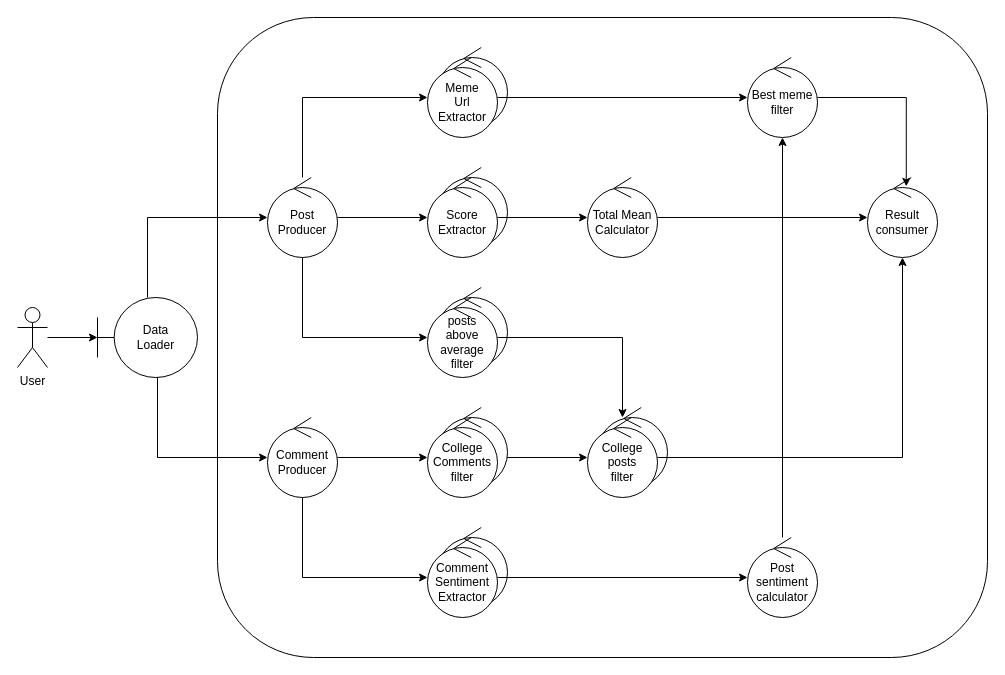
Above: page "Robustez-mean" (3 of 9) of informe/reddit-meme-analyzer.drawio in mlafroce/reddit-meme-analyzer (draw.io), before the change. Source tidied: cells renumbered, new cells numbered last; positions are measured from the earlier drawing's top-left corner, leaving out a move shared by most shapes. Both pictures are drawn from the tidied source at 100%, with x=0, y=0 at pixel (17, 17).
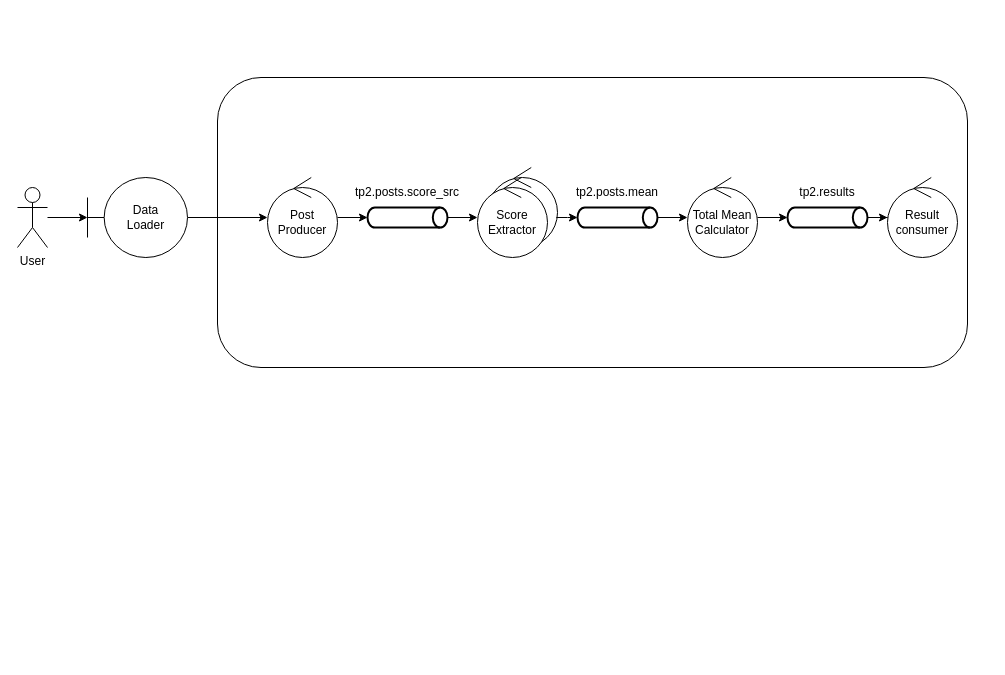
Above is the later version.

Unchanged cells that the change refers to:
```xml
<mxCell id="12" value="&lt;div&gt;Post&lt;/div&gt;&lt;div&gt;Producer&lt;br&gt;&lt;/div&gt;" style="ellipse;shape=umlControl;whiteSpace=wrap;html=1;" parent="1" vertex="1">
  <mxGeometry x="250" y="160" width="70" height="80" as="geometry" />
</mxCell>
```

What changed in the source:
```diff
@@
     <mxCell id="2" style="rounded=1;whiteSpace=wrap;html=1;" parent="1" vertex="1">
-      <mxGeometry x="200" width="770" height="640" as="geometry" />
+      <mxGeometry x="200" y="60" width="750" height="290" as="geometry" />
     </mxCell>
-    <mxCell id="3" style="ellipse;shape=umlControl;whiteSpace=wrap;html=1;" parent="1" vertex="1">
-      <mxGeometry x="420" y="510" width="70" height="80" as="geometry" />
-    </mxCell>
-    <mxCell id="4" style="edgeStyle=orthogonalEdgeStyle;rounded=0;jettySize=auto;html=1;" parent="1" edge="1" source="18" target="34">
-      <mxGeometry relative="1" as="geometry" />
-    </mxCell>
-    <mxCell id="5" style="ellipse;shape=umlControl;whiteSpace=wrap;html=1;" parent="1" vertex="1">
-      <mxGeometry x="420" y="390" width="70" height="80" as="geometry" />
-    </mxCell>
@@
-    <mxCell id="7" style="edgeStyle=orthogonalEdgeStyle;rounded=0;jettySize=auto;html=1;" parent="1" edge="1" source="8" target="17">
-      <mxGeometry relative="1" as="geometry">
-        <Array as="points">
-          <mxPoint x="140" y="440" />
-        </Array>
-      </mxGeometry>
-    </mxCell>
     <mxCell id="8" value="&lt;div&gt;Data&lt;/div&gt;&lt;div&gt;Loader&lt;/div&gt;" style="shape=umlBoundary;whiteSpace=wrap;html=1;" parent="1" vertex="1">
-      <mxGeometry x="80" y="280" width="100" height="80" as="geometry" />
+      <mxGeometry x="70" y="160" width="100" height="80" as="geometry" />
     </mxCell>
-    <mxCell id="9" style="edgeStyle=orthogonalEdgeStyle;rounded=0;jettySize=auto;html=1;" parent="1" edge="1" source="12" target="26">
-      <mxGeometry relative="1" as="geometry">
-        <Array as="points">
-          <mxPoint x="285" y="80" />
-        </Array>
-      </mxGeometry>
-    </mxCell>
-    <mxCell id="10" style="edgeStyle=orthogonalEdgeStyle;rounded=0;jettySize=auto;html=1;" parent="1" edge="1" source="12" target="21">
+    <mxCell id="10" style="edgeStyle=orthogonalEdgeStyle;rounded=0;jettySize=auto;html=1;entryX=0;entryY=0.5;entryDx=0;entryDy=0;entryPerimeter=0;" parent="1" edge="1" source="12" target="41">
       <mxGeometry relative="1" as="geometry" />
     </mxCell>
-    <mxCell id="11" style="edgeStyle=orthogonalEdgeStyle;rounded=0;jettySize=auto;html=1;" parent="1" edge="1" source="12" target="29">
-      <mxGeometry relative="1" as="geometry">
-        <Array as="points">
-          <mxPoint x="285" y="320" />
-        </Array>
-      </mxGeometry>
-    </mxCell>
@@
     <mxCell id="14" value="&lt;div&gt;User&lt;/div&gt;" style="shape=umlActor;verticalLabelPosition=bottom;verticalAlign=top;html=1;" parent="1" vertex="1">
-      <mxGeometry y="290" width="30" height="60" as="geometry" />
+      <mxGeometry y="170" width="30" height="60" as="geometry" />
     </mxCell>
-    <mxCell id="15" style="edgeStyle=orthogonalEdgeStyle;rounded=0;jettySize=auto;html=1;" parent="1" edge="1" source="17" target="18">
-      <mxGeometry relative="1" as="geometry" />
-    </mxCell>
-    <mxCell id="16" style="edgeStyle=orthogonalEdgeStyle;rounded=0;jettySize=auto;html=1;" parent="1" edge="1" source="17" target="23">
-      <mxGeometry relative="1" as="geometry">
-        <Array as="points">
-          <mxPoint x="285" y="560" />
-        </Array>
-      </mxGeometry>
-    </mxCell>
-    <mxCell id="17" value="&lt;div&gt;Comment&lt;/div&gt;&lt;div&gt;Producer&lt;br&gt;&lt;/div&gt;" style="ellipse;shape=umlControl;whiteSpace=wrap;html=1;" parent="1" vertex="1">
-      <mxGeometry x="250" y="400" width="70" height="80" as="geometry" />
-    </mxCell>
-    <mxCell id="18" value="&lt;div&gt;College&lt;/div&gt;&lt;div&gt;Comments&lt;/div&gt;&lt;div&gt;filter&lt;/div&gt;" style="ellipse;shape=umlControl;whiteSpace=wrap;html=1;" parent="1" vertex="1">
-      <mxGeometry x="410" y="400" width="70" height="80" as="geometry" />
-    </mxCell>
     <mxCell id="19" style="ellipse;shape=umlControl;whiteSpace=wrap;html=1;" parent="1" vertex="1">
-      <mxGeometry x="420" y="150" width="70" height="80" as="geometry" />
+      <mxGeometry x="470" y="150" width="70" height="80" as="geometry" />
     </mxCell>
-    <mxCell id="20" style="edgeStyle=orthogonalEdgeStyle;rounded=0;jettySize=auto;html=1;" parent="1" edge="1" source="21" target="31">
-      <mxGeometry relative="1" as="geometry" />
-    </mxCell>
     <mxCell id="21" value="&lt;div&gt;Score&lt;/div&gt;&lt;div&gt;Extractor&lt;br&gt;&lt;/div&gt;" style="ellipse;shape=umlControl;whiteSpace=wrap;html=1;" parent="1" vertex="1">
-      <mxGeometry x="410" y="160" width="70" height="80" as="geometry" />
+      <mxGeometry x="460" y="160" width="70" height="80" as="geometry" />
     </mxCell>
-    <mxCell id="22" style="edgeStyle=orthogonalEdgeStyle;rounded=0;jettySize=auto;html=1;" parent="1" edge="1" source="23" target="36">
-      <mxGeometry relative="1" as="geometry" />
-    </mxCell>
-    <mxCell id="23" value="&lt;div&gt;Comment&lt;/div&gt;&lt;div&gt;Sentiment&lt;/div&gt;&lt;div&gt;Extractor&lt;br&gt;&lt;/div&gt;" style="ellipse;shape=umlControl;whiteSpace=wrap;html=1;" parent="1" vertex="1">
-      <mxGeometry x="410" y="520" width="70" height="80" as="geometry" />
-    </mxCell>
-    <mxCell id="24" style="ellipse;shape=umlControl;whiteSpace=wrap;html=1;" parent="1" vertex="1">
-      <mxGeometry x="420" y="30" width="70" height="80" as="geometry" />
-    </mxCell>
-    <mxCell id="25" style="edgeStyle=orthogonalEdgeStyle;rounded=0;jettySize=auto;html=1;" parent="1" edge="1" source="26" target="38">
-      <mxGeometry relative="1" as="geometry" />
-    </mxCell>
-    <mxCell id="26" value="&lt;div&gt;Meme&lt;/div&gt;&lt;div&gt;Url&lt;/div&gt;&lt;div&gt;Extractor&lt;br&gt;&lt;/div&gt;" style="ellipse;shape=umlControl;whiteSpace=wrap;html=1;" parent="1" vertex="1">
-      <mxGeometry x="410" y="40" width="70" height="80" as="geometry" />
-    </mxCell>
-    <mxCell id="27" style="ellipse;shape=umlControl;whiteSpace=wrap;html=1;" parent="1" vertex="1">
-      <mxGeometry x="420" y="270" width="70" height="80" as="geometry" />
-    </mxCell>
-    <mxCell id="28" style="edgeStyle=orthogonalEdgeStyle;rounded=0;jettySize=auto;html=1;" parent="1" edge="1" source="29" target="34">
-      <mxGeometry relative="1" as="geometry" />
-    </mxCell>
-    <mxCell id="29" value="&lt;div&gt;posts&lt;/div&gt;&lt;div&gt;above average&lt;/div&gt;&lt;div&gt;filter&lt;br&gt;&lt;/div&gt;" style="ellipse;shape=umlControl;whiteSpace=wrap;html=1;" parent="1" vertex="1">
-      <mxGeometry x="410" y="280" width="70" height="80" as="geometry" />
-    </mxCell>
-    <mxCell id="30" style="edgeStyle=orthogonalEdgeStyle;rounded=0;jettySize=auto;html=1;" parent="1" edge="1" source="31" target="39">
+    <mxCell id="30" style="edgeStyle=orthogonalEdgeStyle;rounded=0;jettySize=auto;html=1;startArrow=none;" parent="1" edge="1" source="48" target="39">
       <mxGeometry relative="1" as="geometry" />
     </mxCell>
     <mxCell id="31" value="&lt;div&gt;Total Mean Calculator&lt;br&gt;&lt;/div&gt;" style="ellipse;shape=umlControl;whiteSpace=wrap;html=1;" parent="1" vertex="1">
-      <mxGeometry x="570" y="160" width="70" height="80" as="geometry" />
+      <mxGeometry x="670" y="160" width="70" height="80" as="geometry" />
     </mxCell>
-    <mxCell id="32" style="ellipse;shape=umlControl;whiteSpace=wrap;html=1;" parent="1" vertex="1">
-      <mxGeometry x="580" y="390" width="70" height="80" as="geometry" />
-    </mxCell>
-    <mxCell id="33" style="edgeStyle=orthogonalEdgeStyle;rounded=0;jettySize=auto;html=1;" parent="1" edge="1" source="34" target="39">
-      <mxGeometry relative="1" as="geometry" />
-    </mxCell>
-    <mxCell id="34" value="&lt;div&gt;College posts&lt;/div&gt;&lt;div&gt;filter&lt;/div&gt;" style="ellipse;shape=umlControl;whiteSpace=wrap;html=1;" parent="1" vertex="1">
-      <mxGeometry x="570" y="400" width="70" height="80" as="geometry" />
-    </mxCell>
-    <mxCell id="35" style="edgeStyle=orthogonalEdgeStyle;rounded=0;jettySize=auto;html=1;" parent="1" edge="1" source="36" target="38">
-      <mxGeometry relative="1" as="geometry" />
-    </mxCell>
-    <mxCell id="36" value="&lt;div&gt;Post&lt;/div&gt;&lt;div&gt;sentiment&lt;/div&gt;&lt;div&gt;calculator&lt;br&gt;&lt;/div&gt;" style="ellipse;shape=umlControl;whiteSpace=wrap;html=1;" parent="1" vertex="1">
-      <mxGeometry x="730" y="520" width="70" height="80" as="geometry" />
-    </mxCell>
-    <mxCell id="37" style="edgeStyle=orthogonalEdgeStyle;rounded=0;jettySize=auto;html=1;entryX=0.554;entryY=0.111;entryDx=0;entryDy=0;entryPerimeter=0;" parent="1" edge="1" source="38" target="39">
-      <mxGeometry relative="1" as="geometry" />
-    </mxCell>
-    <mxCell id="38" value="&lt;div&gt;Best meme&lt;/div&gt;&lt;div&gt;filter&lt;br&gt;&lt;/div&gt;" style="ellipse;shape=umlControl;whiteSpace=wrap;html=1;" parent="1" vertex="1">
-      <mxGeometry x="730" y="40" width="70" height="80" as="geometry" />
-    </mxCell>
     <mxCell id="39" value="&lt;div&gt;Result&lt;/div&gt;&lt;div&gt;consumer&lt;/div&gt;" style="ellipse;shape=umlControl;whiteSpace=wrap;html=1;" parent="1" vertex="1">
-      <mxGeometry x="850" y="160" width="70" height="80" as="geometry" />
+      <mxGeometry x="870" y="160" width="70" height="80" as="geometry" />
     </mxCell>
+    <mxCell id="40" style="edgeStyle=orthogonalEdgeStyle;rounded=0;jettySize=auto;html=1;" parent="1" edge="1" source="41" target="21">
+      <mxGeometry relative="1" as="geometry" />
+    </mxCell>
+    <mxCell id="41" style="strokeWidth=2;html=1;shape=mxgraph.flowchart.direct_data;whiteSpace=wrap;" parent="1" vertex="1">
+      <mxGeometry x="350" y="190" width="80" height="20" as="geometry" />
+    </mxCell>
+    <mxCell id="42" value="tp2.posts.score_src" style="text;html=1;strokeColor=none;fillColor=none;align=center;verticalAlign=middle;whiteSpace=wrap;rounded=0;" parent="1" vertex="1">
+      <mxGeometry x="360" y="160" width="60" height="30" as="geometry" />
+    </mxCell>
+    <mxCell id="43" style="edgeStyle=orthogonalEdgeStyle;rounded=0;jettySize=auto;html=1;" parent="1" edge="1" source="44" target="31">
+      <mxGeometry relative="1" as="geometry" />
+    </mxCell>
+    <mxCell id="44" style="strokeWidth=2;html=1;shape=mxgraph.flowchart.direct_data;whiteSpace=wrap;" parent="1" vertex="1">
+      <mxGeometry x="560" y="190" width="80" height="20" as="geometry" />
+    </mxCell>
+    <mxCell id="45" value="tp2.posts.mean" style="text;html=1;strokeColor=none;fillColor=none;align=center;verticalAlign=middle;whiteSpace=wrap;rounded=0;" parent="1" vertex="1">
+      <mxGeometry x="570" y="160" width="60" height="30" as="geometry" />
+    </mxCell>
+    <mxCell id="46" style="edgeStyle=orthogonalEdgeStyle;rounded=0;jettySize=auto;html=1;" parent="1" edge="1" source="19" target="44">
+      <mxGeometry relative="1" as="geometry">
+        <Array as="points">
+          <mxPoint x="550" y="200" />
+          <mxPoint x="550" y="200" />
+        </Array>
+      </mxGeometry>
+    </mxCell>
+    <mxCell id="47" value="tp2.results" style="text;html=1;strokeColor=none;fillColor=none;align=center;verticalAlign=middle;whiteSpace=wrap;rounded=0;" parent="1" vertex="1">
+      <mxGeometry x="780" y="160" width="60" height="30" as="geometry" />
+    </mxCell>
+    <mxCell id="48" style="strokeWidth=2;html=1;shape=mxgraph.flowchart.direct_data;whiteSpace=wrap;" parent="1" vertex="1">
+      <mxGeometry x="770" y="190" width="80" height="20" as="geometry" />
+    </mxCell>
+    <mxCell id="49" style="edgeStyle=orthogonalEdgeStyle;rounded=0;jettySize=auto;html=1;endArrow=classic;endFill=1;" parent="1" edge="1" source="31" target="48">
+      <mxGeometry relative="1" as="geometry" />
+    </mxCell>
```
